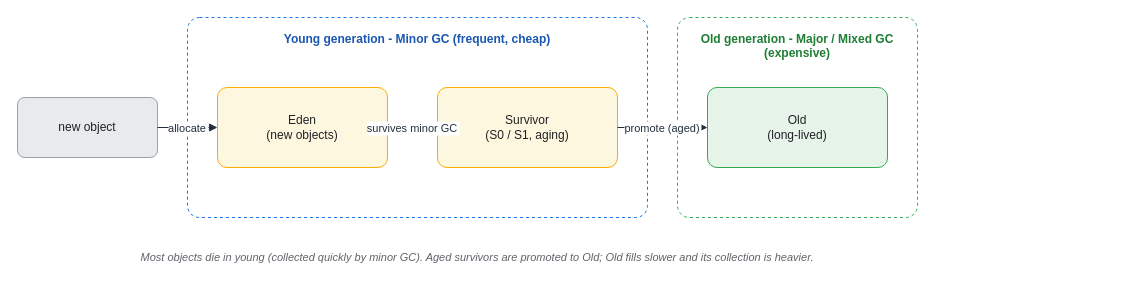
Above: assets/img/jvm/jvm-07-gc-generational.drawio in KKamJi98/kkamji98.github.io (draw.io), before the change. Source tidied: cells renumbered, new cells numbered last; positions are measured from the earlier drawing's top-left corner, leaving out a move shared by most shapes. Both pictures are drawn from the tidied source at 100%, with x=0, y=0 at pixel (17, 17).
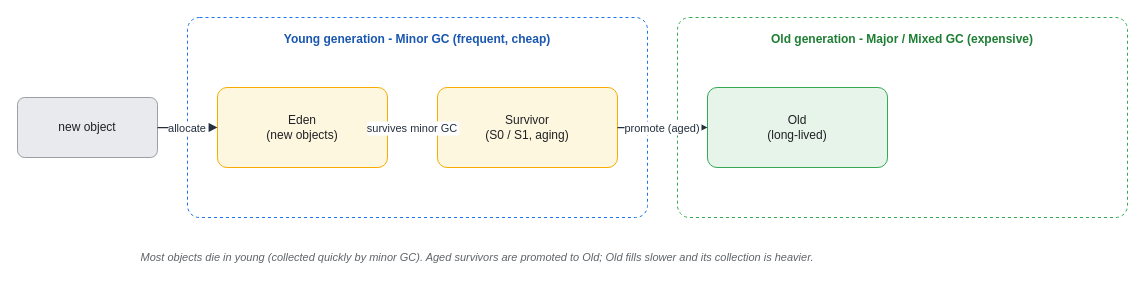
After the change.

Diff of the diagram source:
```diff
@@
 <mxGraphModel background="#FFFFFF">
   <root>
     <mxCell id="0" />
     <mxCell id="1" parent="0" />
-    <mxCell id="2" value="Young generation  -  Minor GC (frequent, cheap)" style="rounded=1;whiteSpace=wrap;html=1;arcSize=6;shadow=0;fillColor=#FFFFFF;strokeColor=#1A73E8;fontColor=#1A57B0;fontStyle=1;verticalAlign=top;align=center;dashed=1;spacingTop=8;" parent="1" vertex="1">
+    <mxCell id="2" value="Young generation  -  Minor GC (frequent, cheap)" style="rounded=1;whiteSpace=wrap;html=0;arcSize=6;shadow=0;fillColor=#FFFFFF;strokeColor=#1A73E8;fontColor=#1A57B0;fontStyle=1;verticalAlign=top;align=center;dashed=1;spacingTop=8;" parent="1" vertex="1">
       <mxGeometry x="170" width="460" height="200" as="geometry" />
     </mxCell>
-    <mxCell id="3" value="Old generation  -  Major / Mixed GC (expensive)" style="rounded=1;whiteSpace=wrap;html=1;arcSize=6;shadow=0;fillColor=#FFFFFF;strokeColor=#34A853;fontColor=#1E7E34;fontStyle=1;verticalAlign=top;align=center;dashed=1;spacingTop=8;" parent="1" vertex="1">
-      <mxGeometry x="660" width="240" height="200" as="geometry" />
+    <mxCell id="3" value="Old generation  -  Major / Mixed GC (expensive)" style="rounded=1;whiteSpace=wrap;html=0;arcSize=6;shadow=0;fillColor=#FFFFFF;strokeColor=#34A853;fontColor=#1E7E34;fontStyle=1;verticalAlign=top;align=center;dashed=1;spacingTop=8;" parent="1" vertex="1">
+      <mxGeometry x="660" width="450" height="200" as="geometry" />
     </mxCell>
-    <mxCell id="4" value="new object" style="rounded=1;whiteSpace=wrap;html=1;arcSize=12;shadow=0;fillColor=#E8EAED;strokeColor=#9AA0A6;fontColor=#202124;" parent="1" vertex="1">
+    <mxCell id="4" value="new object" style="rounded=1;whiteSpace=wrap;html=0;arcSize=12;shadow=0;fillColor=#E8EAED;strokeColor=#9AA0A6;fontColor=#202124;" parent="1" vertex="1">
       <mxGeometry y="80" width="140" height="60" as="geometry" />
     </mxCell>
-    <mxCell id="5" value="Eden&#10;(new objects)" style="rounded=1;whiteSpace=wrap;html=1;arcSize=12;shadow=0;fillColor=#FEF7E0;strokeColor=#F9AB00;fontColor=#202124;" parent="1" vertex="1">
+    <mxCell id="5" value="Eden&#10;(new objects)" style="rounded=1;whiteSpace=wrap;html=0;arcSize=12;shadow=0;fillColor=#FEF7E0;strokeColor=#F9AB00;fontColor=#202124;" parent="1" vertex="1">
       <mxGeometry x="200" y="70" width="170" height="80" as="geometry" />
     </mxCell>
-    <mxCell id="6" value="Survivor&#10;(S0 / S1, aging)" style="rounded=1;whiteSpace=wrap;html=1;arcSize=12;shadow=0;fillColor=#FEF7E0;strokeColor=#F9AB00;fontColor=#202124;" parent="1" vertex="1">
+    <mxCell id="6" value="Survivor&#10;(S0 / S1, aging)" style="rounded=1;whiteSpace=wrap;html=0;arcSize=12;shadow=0;fillColor=#FEF7E0;strokeColor=#F9AB00;fontColor=#202124;" parent="1" vertex="1">
       <mxGeometry x="420" y="70" width="180" height="80" as="geometry" />
     </mxCell>
-    <mxCell id="7" value="Old&#10;(long-lived)" style="rounded=1;whiteSpace=wrap;html=1;arcSize=12;shadow=0;fillColor=#E6F4EA;strokeColor=#34A853;fontColor=#202124;" parent="1" vertex="1">
+    <mxCell id="7" value="Old&#10;(long-lived)" style="rounded=1;whiteSpace=wrap;html=0;arcSize=12;shadow=0;fillColor=#E6F4EA;strokeColor=#34A853;fontColor=#202124;" parent="1" vertex="1">
       <mxGeometry x="690" y="70" width="180" height="80" as="geometry" />
     </mxCell>
-    <mxCell id="8" value="Most objects die in young (collected quickly by minor GC). Aged survivors are promoted to Old; Old fills slower and its collection is heavier." style="text;html=1;align=center;verticalAlign=middle;whiteSpace=wrap;fontSize=11;fontColor=#5F6368;fontStyle=2;" parent="1" vertex="1">
+    <mxCell id="8" value="Most objects die in young (collected quickly by minor GC). Aged survivors are promoted to Old; Old fills slower and its collection is heavier." style="text;html=0;align=center;verticalAlign=middle;whiteSpace=wrap;fontSize=11;fontColor=#5F6368;fontStyle=2;" parent="1" vertex="1">
       <mxGeometry x="20" y="220" width="880" height="40" as="geometry" />
     </mxCell>
-    <mxCell id="9" value="allocate" style="edgeStyle=orthogonalEdgeStyle;rounded=1;html=0;fontColor=#232F3E;strokeColor=#232F3E;labelBackgroundColor=#FFFFFF;endArrow=block;exitX=1;exitY=0.5;exitDx=0;exitDy=0;entryX=0;entryY=0.5;entryDx=0;entryDy=0;" parent="1" edge="1" source="4" target="5">
+    <mxCell id="9" value="allocate" style="edgeStyle=orthogonalEdgeStyle;rounded=1;html=0;fontColor=#232F3E;strokeColor=#232F3E;labelBackgroundColor=#FFFFFF;endArrow=block;exitX=1;exitY=0.5;exitDx=0;exitDy=0;entryX=0;entryY=0.5;entryDx=0;entryDy=0;strokeWidth=1.25;" parent="1" edge="1" source="4" target="5">
       <mxGeometry relative="1" as="geometry" />
     </mxCell>
-    <mxCell id="10" value="survives minor GC" style="edgeStyle=orthogonalEdgeStyle;rounded=1;html=0;fontColor=#232F3E;strokeColor=#232F3E;labelBackgroundColor=#FFFFFF;endArrow=block;exitX=1;exitY=0.5;exitDx=0;exitDy=0;entryX=0;entryY=0.5;entryDx=0;entryDy=0;" parent="1" edge="1" source="5" target="6">
+    <mxCell id="10" value="survives minor GC" style="edgeStyle=orthogonalEdgeStyle;rounded=1;html=0;fontColor=#232F3E;strokeColor=#232F3E;labelBackgroundColor=#FFFFFF;endArrow=block;exitX=1;exitY=0.5;exitDx=0;exitDy=0;entryX=0;entryY=0.5;entryDx=0;entryDy=0;strokeWidth=1.25;" parent="1" edge="1" source="5" target="6">
       <mxGeometry relative="1" as="geometry" />
     </mxCell>
-    <mxCell id="11" value="promote (aged)" style="edgeStyle=orthogonalEdgeStyle;rounded=1;html=0;fontColor=#232F3E;strokeColor=#232F3E;labelBackgroundColor=#FFFFFF;endArrow=block;exitX=1;exitY=0.5;exitDx=0;exitDy=0;entryX=0;entryY=0.5;entryDx=0;entryDy=0;" parent="1" edge="1" source="6" target="7">
+    <mxCell id="11" value="promote (aged)" style="edgeStyle=orthogonalEdgeStyle;rounded=1;html=0;fontColor=#232F3E;strokeColor=#232F3E;labelBackgroundColor=#FFFFFF;endArrow=block;exitX=1;exitY=0.5;exitDx=0;exitDy=0;entryX=0;entryY=0.5;entryDx=0;entryDy=0;strokeWidth=1.25;" parent="1" edge="1" source="6" target="7">
       <mxGeometry relative="1" as="geometry" />
     </mxCell>
   </root>
 </mxGraphModel>
```
